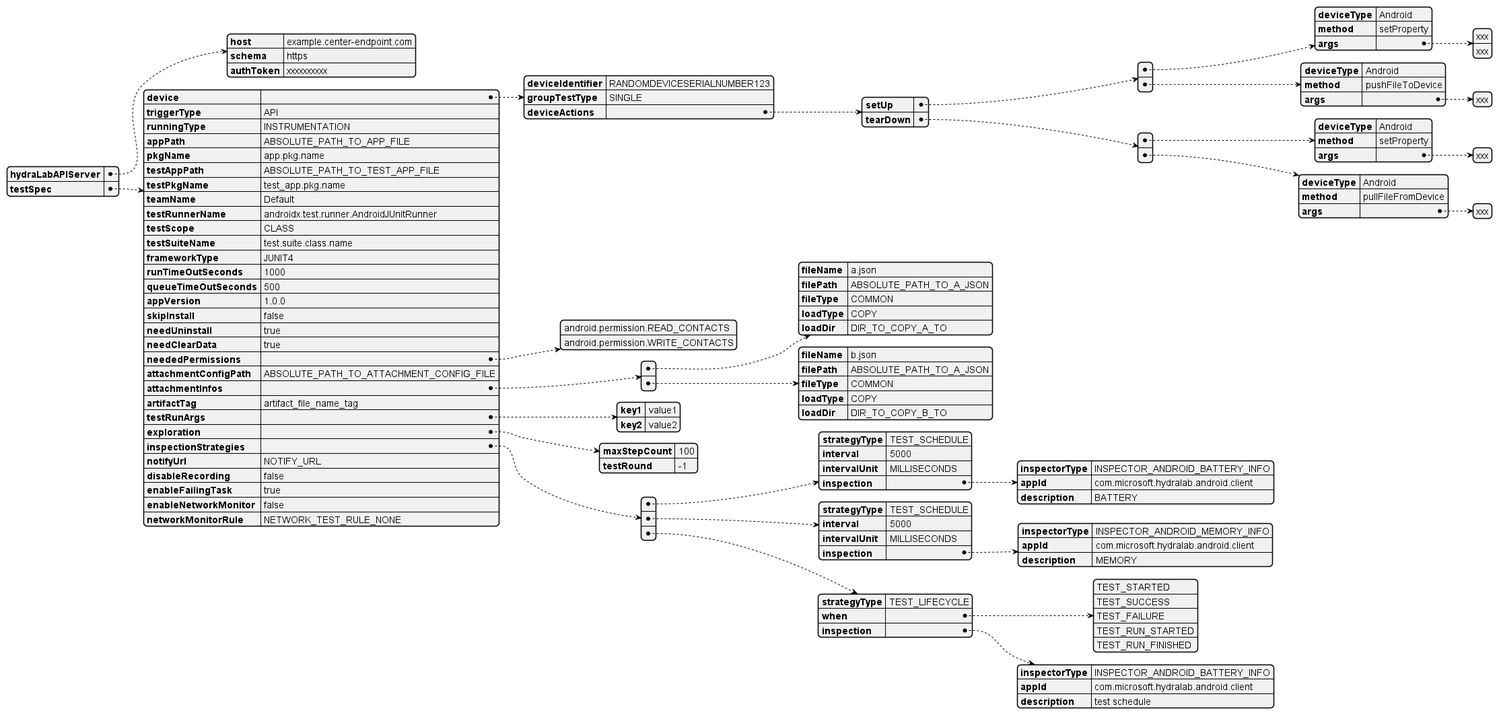
Above: docs/images/UML/gradle_plugin_yaml_config_design.png in microsoft/HydraLab (PlantUML), before the change.
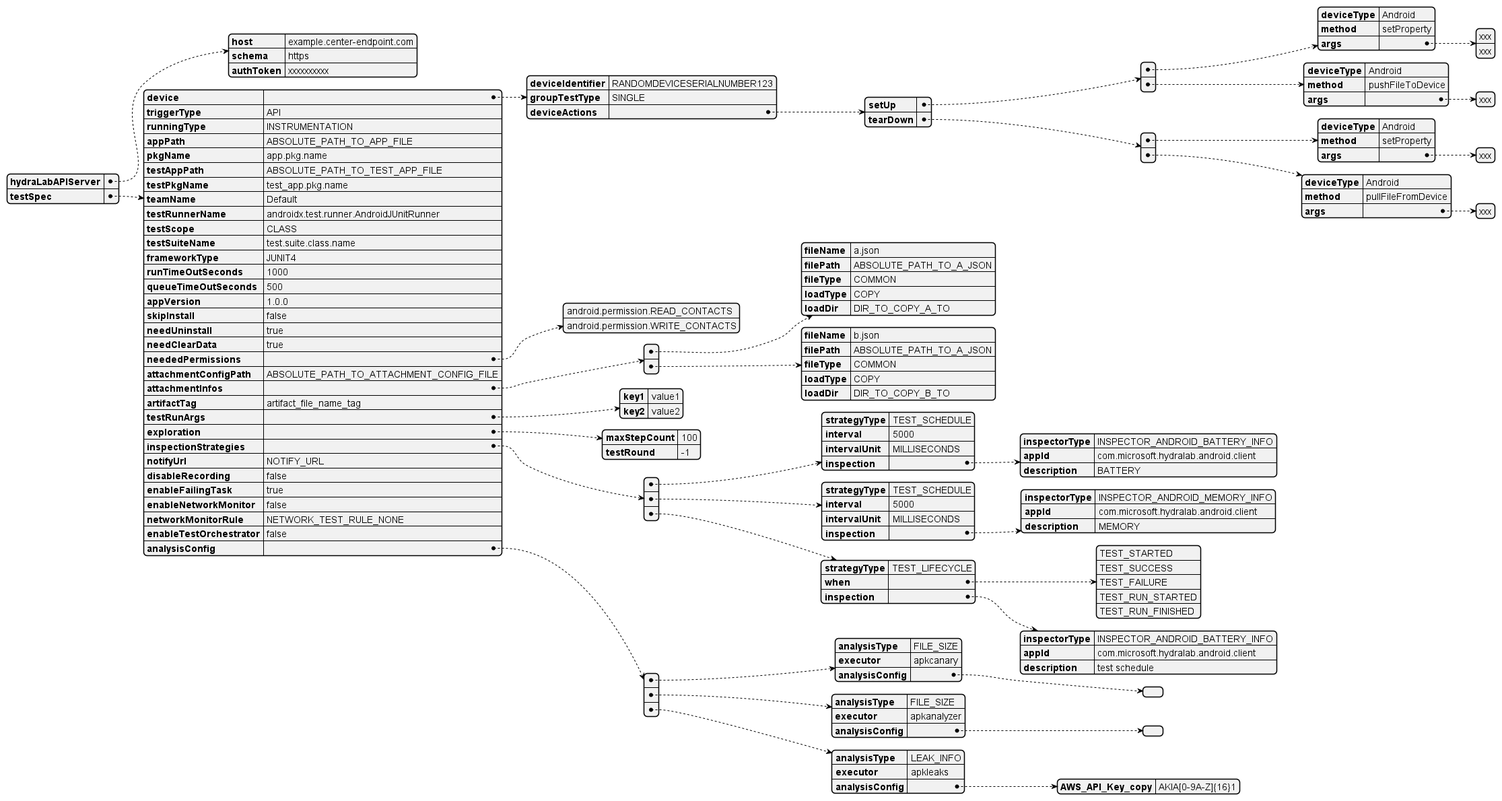
Above is the later version.

Commit message:
Upgrade gradle plugin with Analysis Configs and running type APK_SCANNER

What changed in the source:
```diff
@@ -97,5 +97,17 @@
     enableFailingTask: true
     enableNetworkMonitor: false
     networkMonitorRule: NETWORK_TEST_RULE_NONE
+    enableTestOrchestrator: false
+    analysisConfig:
+    - analysisType: FILE_SIZE
+      executor: apkcanary
+      analysisConfig:
+    - analysisType: FILE_SIZE
+      executor: apkanalyzer
+      analysisConfig:
+    - analysisType: LEAK_INFO
+      executor: apkleaks
+      analysisConfig:
+        AWS_API_Key_copy: AKIA[0-9A-Z]{16}1
 
 @endyaml
```
